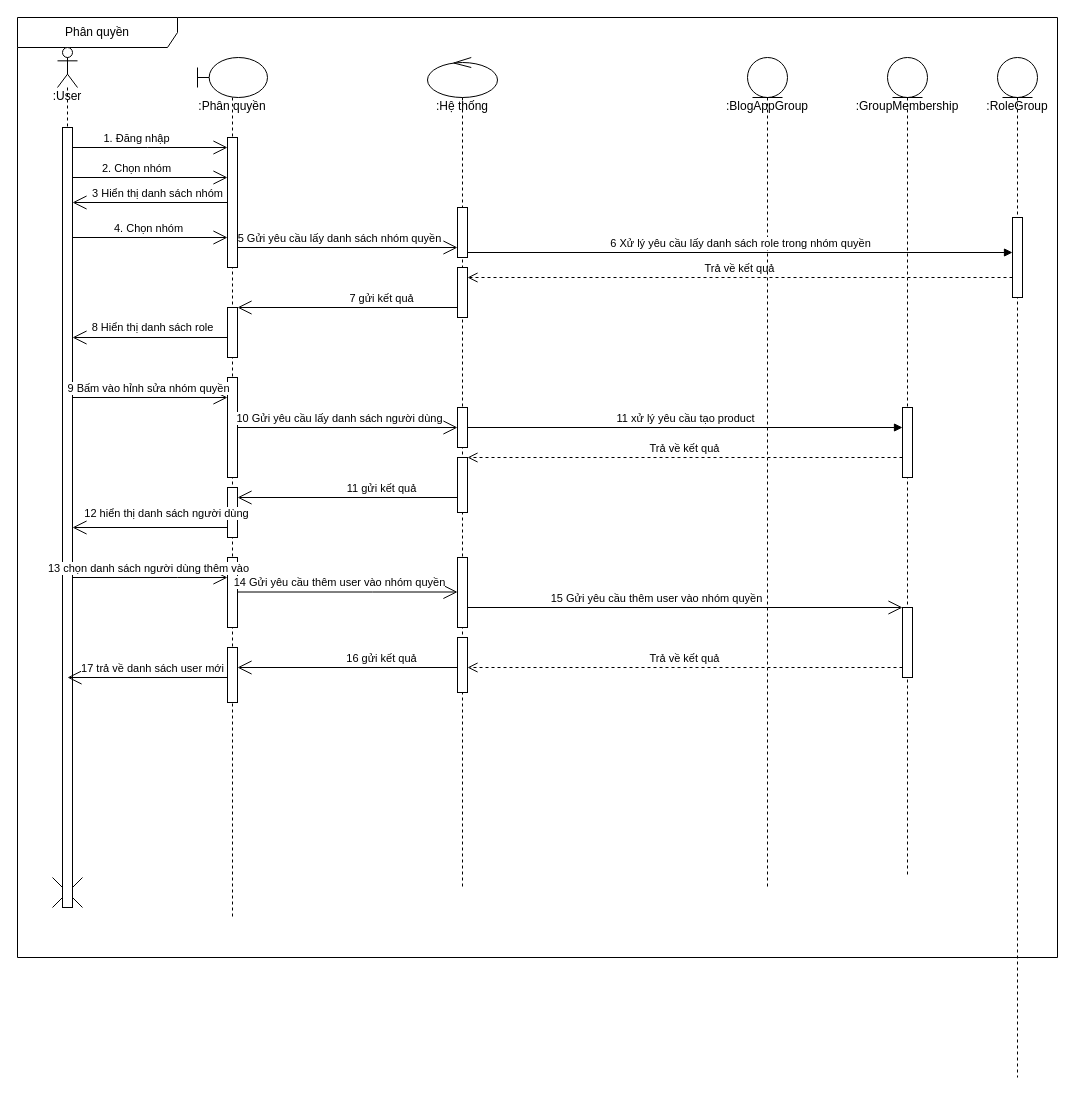
Above: page "Page-7" (7 of 10) of BlogProject/BlogProject/DangKySequence.drawio in TranThanhHoang123/Blog (draw.io), before the change. Source tidied: cells renumbered, new cells numbered last; positions are measured from the earlier drawing's top-left corner, leaving out a move shared by most shapes. Both pictures are drawn from the tidied source at 100%, with x=0, y=0 at pixel (17, 17).
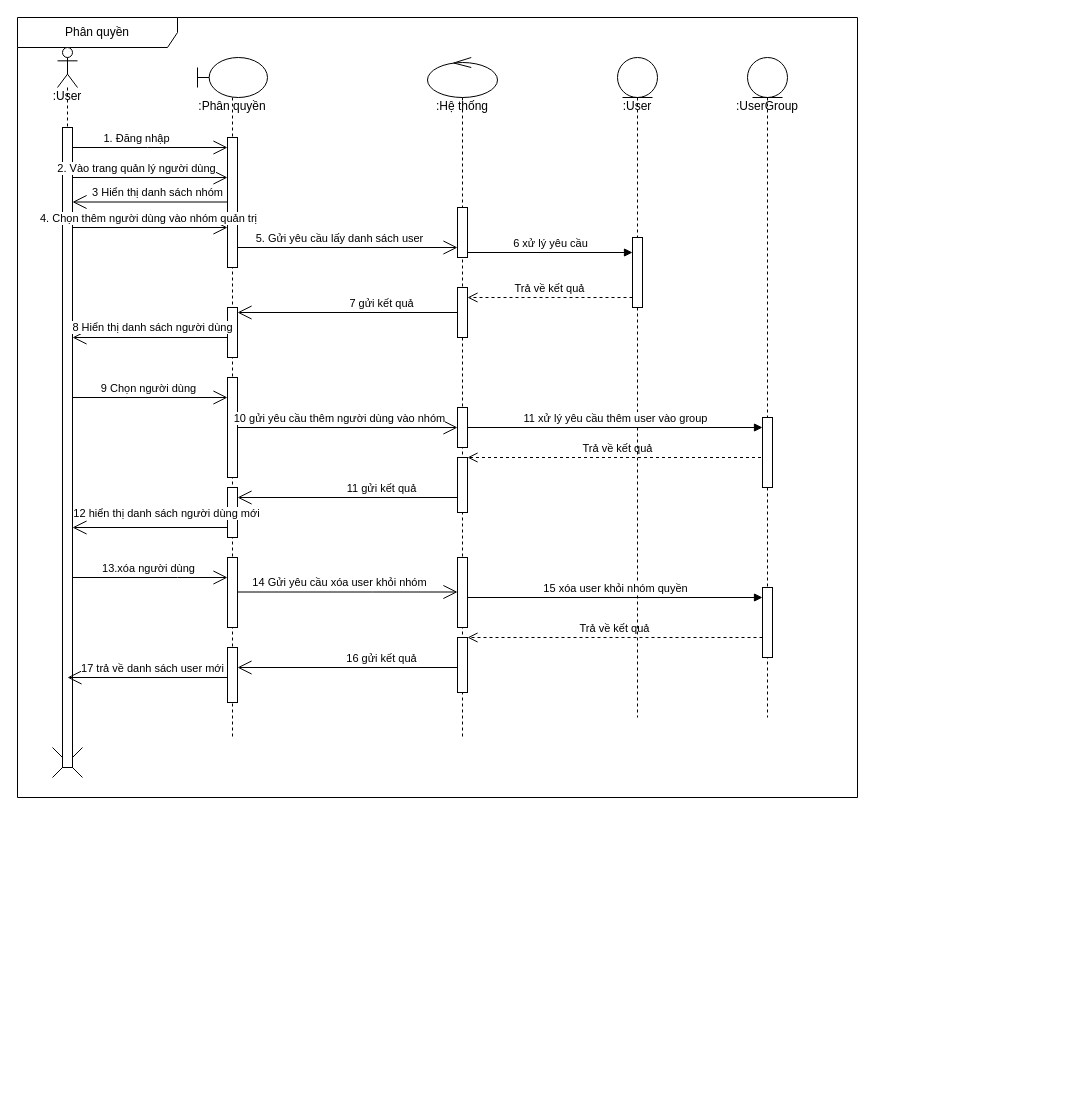
The same diagram, later.

Unchanged cells that the change refers to:
```xml
<mxCell id="13" style="html=1;points=[[0,0,0,0,5],[0,1,0,0,-5],[1,0,0,0,5],[1,1,0,0,-5]];perimeter=orthogonalPerimeter;outlineConnect=0;targetShapes=umlLifeline;portConstraint=eastwest;newEdgeStyle={&quot;curved&quot;:0,&quot;rounded&quot;:0};" parent="12" vertex="1">
  <mxGeometry x="30" y="400" width="10" height="55" as="geometry" />
</mxCell>
<mxCell id="16" style="html=1;points=[[0,0,0,0,5],[0,1,0,0,-5],[1,0,0,0,5],[1,1,0,0,-5]];perimeter=orthogonalPerimeter;outlineConnect=0;targetShapes=umlLifeline;portConstraint=eastwest;newEdgeStyle={&quot;curved&quot;:0,&quot;rounded&quot;:0};" parent="12" vertex="1">
  <mxGeometry x="30" y="350" width="10" height="40" as="geometry" />
</mxCell>
<mxCell id="17" style="html=1;points=[[0,0,0,0,5],[0,1,0,0,-5],[1,0,0,0,5],[1,1,0,0,-5]];perimeter=orthogonalPerimeter;outlineConnect=0;targetShapes=umlLifeline;portConstraint=eastwest;newEdgeStyle={&quot;curved&quot;:0,&quot;rounded&quot;:0};" parent="12" vertex="1">
  <mxGeometry x="30" y="500" width="10" height="70" as="geometry" />
</mxCell>
<mxCell id="18" style="html=1;points=[[0,0,0,0,5],[0,1,0,0,-5],[1,0,0,0,5],[1,1,0,0,-5]];perimeter=orthogonalPerimeter;outlineConnect=0;targetShapes=umlLifeline;portConstraint=eastwest;newEdgeStyle={&quot;curved&quot;:0,&quot;rounded&quot;:0};" parent="12" vertex="1">
  <mxGeometry x="30" y="580" width="10" height="55" as="geometry" />
</mxCell>
<mxCell id="20" style="html=1;points=[[0,0,0,0,5],[0,1,0,0,-5],[1,0,0,0,5],[1,1,0,0,-5]];perimeter=orthogonalPerimeter;outlineConnect=0;targetShapes=umlLifeline;portConstraint=eastwest;newEdgeStyle={&quot;curved&quot;:0,&quot;rounded&quot;:0};" parent="2" vertex="1">
  <mxGeometry x="210" y="120" width="10" height="130" as="geometry" />
</mxCell>
<mxCell id="25" style="endArrow=open;endFill=1;endSize=12;html=1;rounded=0;" parent="2" edge="1">
  <mxGeometry relative="1" as="geometry">
    <mxPoint x="210" y="320" as="sourcePoint" />
    <mxPoint x="55" y="320" as="targetPoint" />
  </mxGeometry>
</mxCell>
<mxCell id="28" style="endArrow=open;endFill=1;endSize=12;html=1;rounded=0;" parent="2" edge="1" target="8">
  <mxGeometry relative="1" as="geometry">
    <mxPoint x="55" y="560" as="sourcePoint" />
    <Array as="points">
      <mxPoint x="160" y="560" />
    </Array>
  </mxGeometry>
</mxCell>
<mxCell id="36" style="endArrow=open;endFill=1;endSize=12;html=1;rounded=0;" parent="2" edge="1">
  <mxGeometry relative="1" as="geometry">
    <mxPoint x="55" y="380" as="sourcePoint" />
    <mxPoint x="210" y="380" as="targetPoint" />
  </mxGeometry>
</mxCell>
<mxCell id="41" style="endArrow=open;endFill=1;endSize=12;html=1;rounded=0;" parent="2" edge="1">
  <mxGeometry relative="1" as="geometry">
    <mxPoint x="210" y="510" as="sourcePoint" />
    <mxPoint x="55" y="510" as="targetPoint" />
  </mxGeometry>
</mxCell>
<mxCell id="46" style="endArrow=open;endFill=1;endSize=12;html=1;rounded=0;" parent="2" edge="1">
  <mxGeometry relative="1" as="geometry">
    <mxPoint x="55" y="160" as="sourcePoint" />
    <mxPoint x="210" y="160" as="targetPoint" />
  </mxGeometry>
</mxCell>
<mxCell id="52" style="endArrow=open;endFill=1;endSize=12;html=1;rounded=0;" parent="2" edge="1">
  <mxGeometry relative="1" as="geometry">
    <mxPoint x="220" y="410" as="sourcePoint" />
    <mxPoint x="440" y="410" as="targetPoint" />
  </mxGeometry>
</mxCell>
<mxCell id="54" style="endArrow=open;endFill=1;endSize=12;html=1;rounded=0;" parent="2" edge="1" source="8" target="17">
  <mxGeometry relative="1" as="geometry">
    <Array as="points">
      <mxPoint x="355" y="574.5" />
    </Array>
  </mxGeometry>
</mxCell>
```

The edit, as a diff of the source:
```diff
@@
     <mxCell id="2" value="Phân quyền" style="shape=umlFrame;whiteSpace=wrap;html=1;width=160;" parent="1" vertex="1">
-      <mxGeometry width="1040" height="940" as="geometry" />
+      <mxGeometry width="840" height="780" as="geometry" />
     </mxCell>
     <mxCell id="3" style="shape=umlDestroy;html=1;" parent="2" vertex="1">
-      <mxGeometry x="35" y="860" width="30" height="30" as="geometry" />
+      <mxGeometry x="35" y="730" width="30" height="30" as="geometry" />
     </mxCell>
     <mxCell id="4" value="&lt;div&gt;&lt;br&gt;&lt;/div&gt;&lt;div&gt;&lt;br&gt;&lt;/div&gt;&lt;div&gt;&lt;br&gt;&lt;/div&gt;&lt;div&gt;&lt;br&gt;&lt;/div&gt;&lt;div&gt;&lt;span style=&quot;background-color: initial;&quot;&gt;:User&lt;/span&gt;&lt;br&gt;&lt;/div&gt;" style="shape=umlLifeline;perimeter=lifelinePerimeter;whiteSpace=wrap;html=1;newEdgeStyle={&quot;curved&quot;:0,&quot;rounded&quot;:0};participant=umlActor;size=40;" parent="2" vertex="1">
-      <mxGeometry x="40" y="30" width="20" height="850" as="geometry" />
+      <mxGeometry x="40" y="30" width="20" height="710" as="geometry" />
     </mxCell>
     <mxCell id="5" style="html=1;points=[[0,0,0,0,5],[0,1,0,0,-5],[1,0,0,0,5],[1,1,0,0,-5]];perimeter=orthogonalPerimeter;outlineConnect=0;targetShapes=umlLifeline;portConstraint=eastwest;newEdgeStyle={&quot;curved&quot;:0,&quot;rounded&quot;:0};" parent="4" vertex="1">
-      <mxGeometry x="5" y="80" width="10" height="780" as="geometry" />
+      <mxGeometry x="5" y="80" width="10" height="640" as="geometry" />
     </mxCell>
     <mxCell id="6" value="&lt;div&gt;&lt;br&gt;&lt;/div&gt;&lt;div&gt;&lt;br&gt;&lt;/div&gt;&lt;div&gt;&lt;br&gt;&lt;/div&gt;&lt;div&gt;&lt;br&gt;&lt;/div&gt;&lt;div&gt;:Phân quyền&lt;/div&gt;" style="shape=umlLifeline;perimeter=lifelinePerimeter;whiteSpace=wrap;html=1;newEdgeStyle={&quot;curved&quot;:0,&quot;rounded&quot;:0};participant=umlBoundary;" parent="2" vertex="1">
-      <mxGeometry x="180" y="40" width="70" height="860" as="geometry" />
+      <mxGeometry x="180" y="40" width="70" height="680" as="geometry" />
     </mxCell>
@@
     <mxCell id="12" value="&lt;div&gt;&lt;br&gt;&lt;/div&gt;&lt;div&gt;&lt;br&gt;&lt;/div&gt;&lt;div&gt;&lt;br&gt;&lt;/div&gt;&lt;div&gt;&lt;br&gt;&lt;/div&gt;&lt;div&gt;:Hệ thống&lt;/div&gt;" style="shape=umlLifeline;perimeter=lifelinePerimeter;whiteSpace=wrap;html=1;newEdgeStyle={&quot;curved&quot;:0,&quot;rounded&quot;:0};participant=umlControl;" parent="2" vertex="1">
-      <mxGeometry x="410" y="40" width="70" height="830" as="geometry" />
+      <mxGeometry x="410" y="40" width="70" height="680" as="geometry" />
     </mxCell>
@@
     <mxCell id="15" style="html=1;points=[[0,0,0,0,5],[0,1,0,0,-5],[1,0,0,0,5],[1,1,0,0,-5]];perimeter=orthogonalPerimeter;outlineConnect=0;targetShapes=umlLifeline;portConstraint=eastwest;newEdgeStyle={&quot;curved&quot;:0,&quot;rounded&quot;:0};" parent="12" vertex="1">
-      <mxGeometry x="30" y="210" width="10" height="50" as="geometry" />
+      <mxGeometry x="30" y="230" width="10" height="50" as="geometry" />
     </mxCell>
@@
-    <mxCell id="19" value="&lt;div&gt;&lt;br&gt;&lt;/div&gt;&lt;div&gt;&lt;br&gt;&lt;/div&gt;&lt;div&gt;&lt;br&gt;&lt;/div&gt;&lt;div&gt;&lt;br&gt;&lt;/div&gt;&lt;div&gt;:BlogAppGroup&lt;/div&gt;" style="shape=umlLifeline;perimeter=lifelinePerimeter;whiteSpace=wrap;html=1;newEdgeStyle={&quot;curved&quot;:0,&quot;rounded&quot;:0};participant=umlEntity;" parent="2" vertex="1">
-      <mxGeometry x="730" y="40" width="40" height="830" as="geometry" />
+    <mxCell id="19" value="&lt;div&gt;&lt;br&gt;&lt;/div&gt;&lt;div&gt;&lt;br&gt;&lt;/div&gt;&lt;div&gt;&lt;br&gt;&lt;/div&gt;&lt;div&gt;&lt;br&gt;&lt;/div&gt;&lt;div&gt;:User&lt;/div&gt;" style="shape=umlLifeline;perimeter=lifelinePerimeter;whiteSpace=wrap;html=1;newEdgeStyle={&quot;curved&quot;:0,&quot;rounded&quot;:0};participant=umlEntity;" parent="2" vertex="1">
+      <mxGeometry x="600" y="40" width="40" height="660" as="geometry" />
     </mxCell>
+    <mxCell id="63" style="html=1;points=[[0,0,0,0,5],[0,1,0,0,-5],[1,0,0,0,5],[1,1,0,0,-5]];perimeter=orthogonalPerimeter;outlineConnect=0;targetShapes=umlLifeline;portConstraint=eastwest;newEdgeStyle={&quot;curved&quot;:0,&quot;rounded&quot;:0};" parent="19" vertex="1">
+      <mxGeometry x="15" y="180" width="10" height="70" as="geometry" />
+    </mxCell>
@@
     <mxCell id="23" style="endArrow=open;endFill=1;endSize=12;html=1;rounded=0;" parent="2" edge="1">
       <mxGeometry relative="1" as="geometry">
-        <mxPoint x="55" y="220" as="sourcePoint" />
-        <mxPoint x="210" y="220" as="targetPoint" />
+        <mxPoint x="55" y="210" as="sourcePoint" />
+        <mxPoint x="210" y="210" as="targetPoint" />
       </mxGeometry>
     </mxCell>
-    <mxCell id="24" value="4. Chọn nhóm" style="edgeLabel;html=1;align=center;verticalAlign=middle;" parent="23" vertex="1">
+    <mxCell id="24" value="4. Chọn thêm người dùng vào nhóm quản trị" style="edgeLabel;html=1;align=center;verticalAlign=middle;" parent="23" vertex="1">
       <mxGeometry x="-0.19" relative="1" as="geometry">
         <mxPoint x="12" y="-10" as="offset" />
       </mxGeometry>
     </mxCell>
@@
-    <mxCell id="26" value="8 Hiển thị danh sách role" style="edgeLabel;html=1;align=center;verticalAlign=middle;" parent="25" vertex="1">
+    <mxCell id="26" value="8 Hiển thị danh sách người dùng" style="edgeLabel;html=1;align=center;verticalAlign=middle;" parent="25" vertex="1">
       <mxGeometry x="-0.19" relative="1" as="geometry">
         <mxPoint x="-13" y="-11" as="offset" />
       </mxGeometry>
     </mxCell>
-    <mxCell id="27" value="Trả về kết quả" style="endArrow=open;startArrow=none;endFill=0;startFill=0;endSize=8;html=1;verticalAlign=bottom;dashed=1;labelBackgroundColor=none;rounded=0;" parent="2" edge="1" source="44" target="13">
+    <mxCell id="27" value="Trả về kết quả" style="endArrow=open;startArrow=none;endFill=0;startFill=0;endSize=8;html=1;verticalAlign=bottom;dashed=1;labelBackgroundColor=none;rounded=0;" parent="2" edge="1" source="66" target="13">
       <mxGeometry relative="1" as="geometry" />
     </mxCell>
@@
-    <mxCell id="29" value="13 chọn danh sách người dùng thêm vào" style="edgeLabel;html=1;align=center;verticalAlign=middle;" parent="28" vertex="1">
+    <mxCell id="29" value="13.xóa người dùng" style="edgeLabel;html=1;align=center;verticalAlign=middle;" parent="28" vertex="1">
       <mxGeometry x="-0.19" relative="1" as="geometry">
         <mxPoint x="12" y="-10" as="offset" />
       </mxGeometry>
     </mxCell>
-    <mxCell id="30" style="endArrow=open;endFill=1;endSize=12;html=1;rounded=0;" parent="2" edge="1">
-      <mxGeometry relative="1" as="geometry">
-        <mxPoint x="220" y="230" as="sourcePoint" />
-        <mxPoint x="440" y="230" as="targetPoint" />
-      </mxGeometry>
-    </mxCell>
-    <mxCell id="31" value="5 Gửi yêu cầu lấy danh sách nhóm quyền" style="edgeLabel;html=1;align=center;verticalAlign=middle;" parent="30" vertex="1">
-      <mxGeometry x="-0.19" relative="1" as="geometry">
-        <mxPoint x="12" y="-10" as="offset" />
-      </mxGeometry>
-    </mxCell>
-    <mxCell id="32" value="6 Xử lý yêu cầu lấy danh sách role trong nhóm quyền" style="html=1;verticalAlign=bottom;endArrow=block;curved=0;rounded=0;" parent="2" edge="1" target="51">
+    <mxCell id="32" value="6 xử lý yêu cầu" style="html=1;verticalAlign=bottom;endArrow=block;curved=0;rounded=0;" parent="2" edge="1" target="63">
       <mxGeometry relative="1" as="geometry">
         <mxPoint x="450" y="235" as="sourcePoint" />
       </mxGeometry>
     </mxCell>
-    <mxCell id="33" value="Trả về kết quả" style="endArrow=open;startArrow=none;endFill=0;startFill=0;endSize=8;html=1;verticalAlign=bottom;dashed=1;labelBackgroundColor=none;rounded=0;" parent="2" edge="1" source="51">
+    <mxCell id="33" value="Trả về kết quả" style="endArrow=open;startArrow=none;endFill=0;startFill=0;endSize=8;html=1;verticalAlign=bottom;dashed=1;labelBackgroundColor=none;rounded=0;" parent="2" edge="1" source="63">
       <mxGeometry relative="1" as="geometry">
-        <mxPoint x="450" y="260" as="targetPoint" />
+        <mxPoint x="450" y="280" as="targetPoint" />
       </mxGeometry>
     </mxCell>
@@
-    <mxCell id="37" value="9 Bấm vào hỉnh sửa nhóm quyền" style="edgeLabel;html=1;align=center;verticalAlign=middle;" parent="36" vertex="1">
+    <mxCell id="37" value="9 Chọn người dùng" style="edgeLabel;html=1;align=center;verticalAlign=middle;" parent="36" vertex="1">
       <mxGeometry x="-0.19" relative="1" as="geometry">
         <mxPoint x="12" y="-10" as="offset" />
       </mxGeometry>
     </mxCell>
-    <mxCell id="38" value="11 xử lý yêu cầu tạo product" style="html=1;verticalAlign=bottom;endArrow=block;curved=0;rounded=0;" parent="2" edge="1" source="16" target="44">
+    <mxCell id="38" value="11 xử lý yêu cầu thêm user vào group" style="html=1;verticalAlign=bottom;endArrow=block;curved=0;rounded=0;" parent="2" edge="1" source="16" target="67">
       <mxGeometry relative="1" as="geometry" />
     </mxCell>
@@
-    <mxCell id="42" value="12 hiển thị danh sách người dùng" style="edgeLabel;html=1;align=center;verticalAlign=middle;" parent="41" vertex="1">
+    <mxCell id="42" value="12 hiển thị danh sách người dùng mới" style="edgeLabel;html=1;align=center;verticalAlign=middle;" parent="41" vertex="1">
       <mxGeometry x="-0.2" y="4" relative="1" as="geometry">
         <mxPoint y="-19" as="offset" />
       </mxGeometry>
     </mxCell>
-    <mxCell id="43" value="&lt;div&gt;&lt;br&gt;&lt;/div&gt;&lt;div&gt;&lt;br&gt;&lt;/div&gt;&lt;div&gt;&lt;br&gt;&lt;/div&gt;&lt;div&gt;&lt;br&gt;&lt;/div&gt;&lt;div&gt;:GroupMembership&lt;/div&gt;" style="shape=umlLifeline;perimeter=lifelinePerimeter;whiteSpace=wrap;html=1;newEdgeStyle={&quot;curved&quot;:0,&quot;rounded&quot;:0};participant=umlEntity;" parent="2" vertex="1">
-      <mxGeometry x="870" y="40" width="40" height="820" as="geometry" />
-    </mxCell>
-    <mxCell id="44" style="html=1;points=[[0,0,0,0,5],[0,1,0,0,-5],[1,0,0,0,5],[1,1,0,0,-5]];perimeter=orthogonalPerimeter;outlineConnect=0;targetShapes=umlLifeline;portConstraint=eastwest;newEdgeStyle={&quot;curved&quot;:0,&quot;rounded&quot;:0};" parent="43" vertex="1">
-      <mxGeometry x="15" y="350" width="10" height="70" as="geometry" />
-    </mxCell>
-    <mxCell id="45" style="html=1;points=[[0,0,0,0,5],[0,1,0,0,-5],[1,0,0,0,5],[1,1,0,0,-5]];perimeter=orthogonalPerimeter;outlineConnect=0;targetShapes=umlLifeline;portConstraint=eastwest;newEdgeStyle={&quot;curved&quot;:0,&quot;rounded&quot;:0};" parent="43" vertex="1">
-      <mxGeometry x="15" y="550" width="10" height="70" as="geometry" />
-    </mxCell>
@@
-    <mxCell id="47" value="2. Chọn nhóm" style="edgeLabel;html=1;align=center;verticalAlign=middle;" parent="46" vertex="1">
+    <mxCell id="47" value="2. Vào trang quản lý người dùng" style="edgeLabel;html=1;align=center;verticalAlign=middle;" parent="46" vertex="1">
       <mxGeometry x="-0.19" relative="1" as="geometry">
         <mxPoint y="-10" as="offset" />
       </mxGeometry>
     </mxCell>
-    <mxCell id="48" style="endArrow=open;endFill=1;endSize=12;html=1;rounded=0;" parent="2" edge="1" source="20" target="5">
-      <mxGeometry relative="1" as="geometry" />
+    <mxCell id="48" style="endArrow=open;endFill=1;endSize=12;html=1;rounded=0;" parent="2" edge="1">
+      <mxGeometry relative="1" as="geometry">
+        <mxPoint x="210" y="184.5" as="sourcePoint" />
+        <mxPoint x="55" y="184.5" as="targetPoint" />
+      </mxGeometry>
     </mxCell>
@@
-    <mxCell id="50" value="&lt;div&gt;&lt;br&gt;&lt;/div&gt;&lt;div&gt;&lt;br&gt;&lt;/div&gt;&lt;div&gt;&lt;br&gt;&lt;/div&gt;&lt;div&gt;&lt;br&gt;&lt;/div&gt;&lt;div&gt;:RoleGroup&lt;/div&gt;" style="shape=umlLifeline;perimeter=lifelinePerimeter;whiteSpace=wrap;html=1;newEdgeStyle={&quot;curved&quot;:0,&quot;rounded&quot;:0};participant=umlEntity;" parent="2" vertex="1">
-      <mxGeometry x="980" y="40" width="40" height="1020" as="geometry" />
-    </mxCell>
-    <mxCell id="51" style="html=1;points=[[0,0,0,0,5],[0,1,0,0,-5],[1,0,0,0,5],[1,1,0,0,-5]];perimeter=orthogonalPerimeter;outlineConnect=0;targetShapes=umlLifeline;portConstraint=eastwest;newEdgeStyle={&quot;curved&quot;:0,&quot;rounded&quot;:0};" parent="50" vertex="1">
-      <mxGeometry x="15" y="160" width="10" height="80" as="geometry" />
-    </mxCell>
@@
-    <mxCell id="53" value="10 Gửi yêu cầu lấy danh sách người dùng" style="edgeLabel;html=1;align=center;verticalAlign=middle;" parent="52" vertex="1">
+    <mxCell id="53" value="10 gửi yêu cầu thêm người dùng vào nhóm" style="edgeLabel;html=1;align=center;verticalAlign=middle;" parent="52" vertex="1">
       <mxGeometry x="-0.19" relative="1" as="geometry">
         <mxPoint x="12" y="-10" as="offset" />
       </mxGeometry>
     </mxCell>
@@
-    <mxCell id="55" value="14 Gửi yêu cầu thêm user vào nhóm quyền" style="edgeLabel;html=1;align=center;verticalAlign=middle;" parent="54" vertex="1">
+    <mxCell id="55" value="14 Gửi yêu cầu xóa user khỏi nhóm" style="edgeLabel;html=1;align=center;verticalAlign=middle;" parent="54" vertex="1">
       <mxGeometry x="-0.19" relative="1" as="geometry">
         <mxPoint x="12" y="-10" as="offset" />
       </mxGeometry>
     </mxCell>
-    <mxCell id="56" style="endArrow=open;endFill=1;endSize=12;html=1;rounded=0;" parent="2" edge="1" source="17" target="45">
-      <mxGeometry relative="1" as="geometry" />
-    </mxCell>
-    <mxCell id="57" value="15 Gửi yêu cầu thêm user vào nhóm quyền" style="edgeLabel;html=1;align=center;verticalAlign=middle;" parent="56" vertex="1">
-      <mxGeometry x="-0.19" relative="1" as="geometry">
-        <mxPoint x="12" y="-10" as="offset" />
-      </mxGeometry>
-    </mxCell>
-    <mxCell id="58" value="Trả về kết quả" style="endArrow=open;startArrow=none;endFill=0;startFill=0;endSize=8;html=1;verticalAlign=bottom;dashed=1;labelBackgroundColor=none;rounded=0;" parent="2" edge="1">
-      <mxGeometry relative="1" as="geometry">
-        <mxPoint x="885" y="650" as="sourcePoint" />
-        <mxPoint x="450" y="650" as="targetPoint" />
-      </mxGeometry>
+    <mxCell id="58" value="Trả về kết quả" style="endArrow=open;startArrow=none;endFill=0;startFill=0;endSize=8;html=1;verticalAlign=bottom;dashed=1;labelBackgroundColor=none;rounded=0;" parent="2" edge="1" source="68" target="18">
+      <mxGeometry relative="1" as="geometry" />
     </mxCell>
@@
+    <mxCell id="64" style="endArrow=open;endFill=1;endSize=12;html=1;rounded=0;" parent="2" edge="1">
+      <mxGeometry relative="1" as="geometry">
+        <mxPoint x="220" y="230" as="sourcePoint" />
+        <mxPoint x="440" y="230" as="targetPoint" />
+      </mxGeometry>
+    </mxCell>
+    <mxCell id="65" value="5. Gửi yêu cầu lấy danh sách user" style="edgeLabel;html=1;align=center;verticalAlign=middle;" parent="64" vertex="1">
+      <mxGeometry x="-0.19" relative="1" as="geometry">
+        <mxPoint x="12" y="-10" as="offset" />
+      </mxGeometry>
+    </mxCell>
+    <mxCell id="66" value="&lt;div&gt;&lt;br&gt;&lt;/div&gt;&lt;div&gt;&lt;br&gt;&lt;/div&gt;&lt;div&gt;&lt;br&gt;&lt;/div&gt;&lt;div&gt;&lt;br&gt;&lt;/div&gt;&lt;div&gt;:UserGroup&lt;/div&gt;" style="shape=umlLifeline;perimeter=lifelinePerimeter;whiteSpace=wrap;html=1;outlineConnect=0;portConstraint=eastwest;newEdgeStyle={&quot;curved&quot;:0,&quot;rounded&quot;:0};participant=umlEntity;" parent="2" vertex="1">
+      <mxGeometry x="730" y="40" width="40" height="660" as="geometry" />
+    </mxCell>
+    <mxCell id="67" style="html=1;points=[[0,0,0,0,5],[0,1,0,0,-5],[1,0,0,0,5],[1,1,0,0,-5]];perimeter=orthogonalPerimeter;outlineConnect=0;targetShapes=umlLifeline;portConstraint=eastwest;newEdgeStyle={&quot;curved&quot;:0,&quot;rounded&quot;:0};" parent="66" vertex="1">
+      <mxGeometry x="15" y="360" width="10" height="70" as="geometry" />
+    </mxCell>
+    <mxCell id="68" style="html=1;points=[[0,0,0,0,5],[0,1,0,0,-5],[1,0,0,0,5],[1,1,0,0,-5]];perimeter=orthogonalPerimeter;outlineConnect=0;targetShapes=umlLifeline;portConstraint=eastwest;newEdgeStyle={&quot;curved&quot;:0,&quot;rounded&quot;:0};" parent="66" vertex="1">
+      <mxGeometry x="15" y="530" width="10" height="70" as="geometry" />
+    </mxCell>
+    <mxCell id="69" value="15 xóa user khỏi nhóm quyền" style="html=1;verticalAlign=bottom;endArrow=block;curved=0;rounded=0;" parent="2" edge="1">
+      <mxGeometry relative="1" as="geometry">
+        <mxPoint x="450" y="580" as="sourcePoint" />
+        <mxPoint x="745" y="580" as="targetPoint" />
+      </mxGeometry>
+    </mxCell>
```
